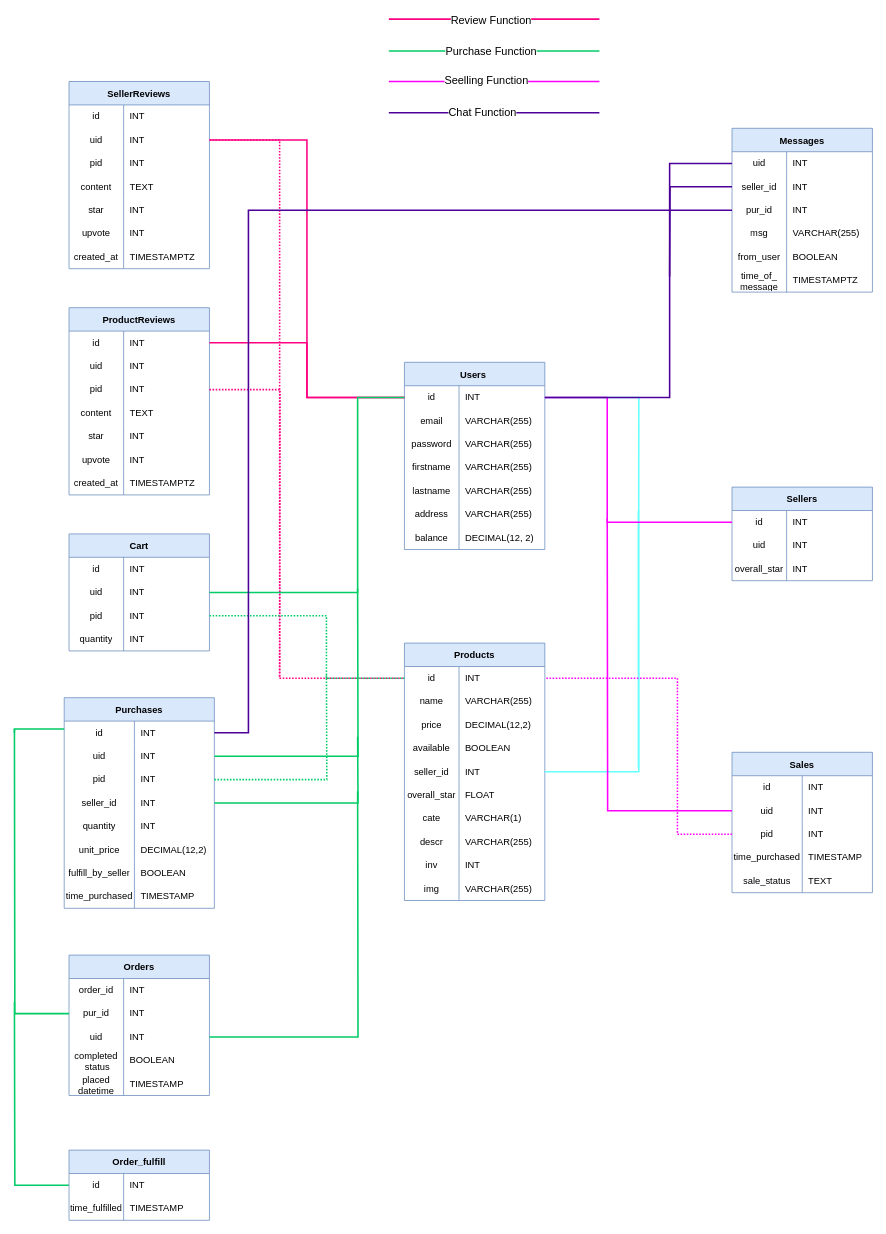
Earlier version of the draw.io diagram ERD/CS516.drawio (Kaichao-Chang/CS516-Awesome-Group). Source tidied: cells renumbered, new cells numbered last; positions are measured from the earlier drawing's top-left corner, leaving out a move shared by most shapes. Both pictures are drawn from the tidied source at 78%, with x=0, y=0 at pixel (14, 19).
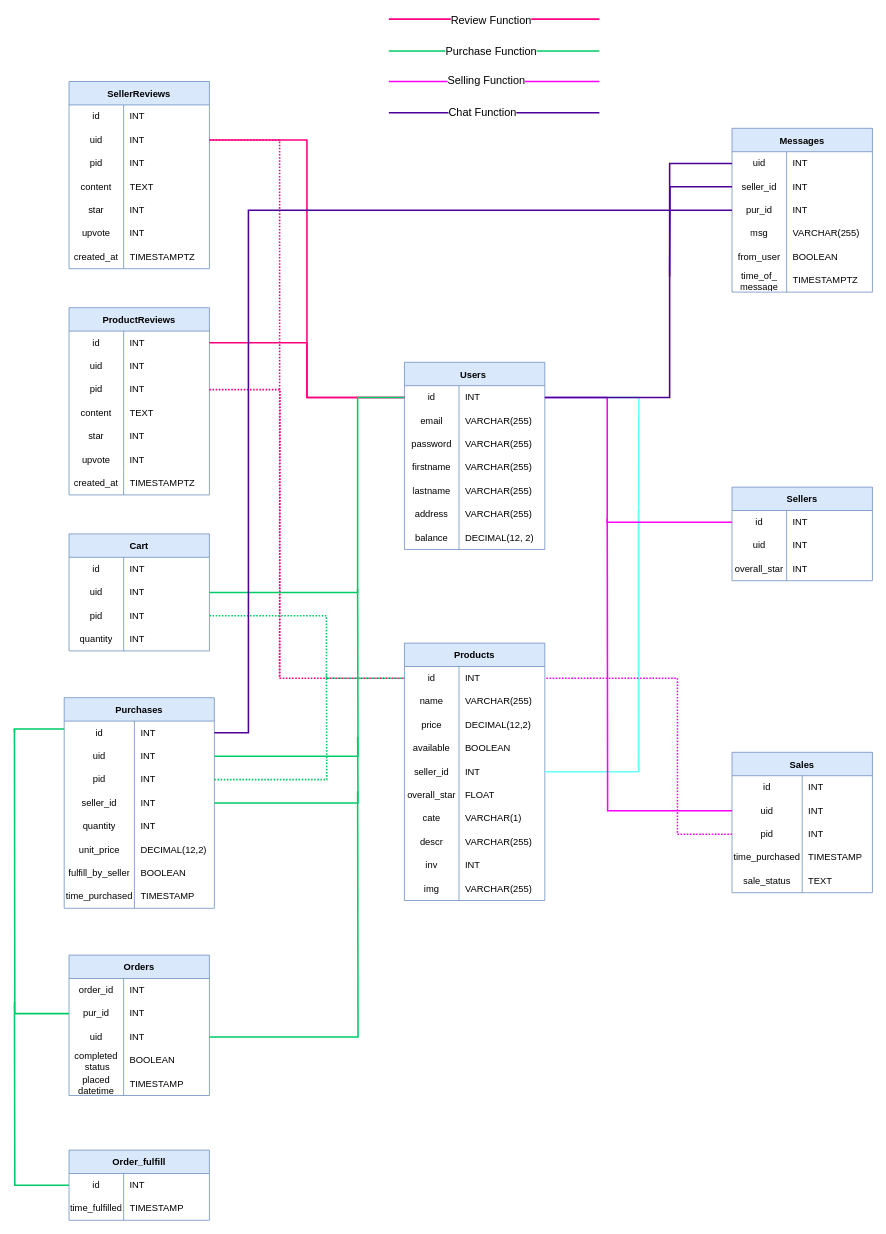
After the change.

The change refers to these unchanged cells:
```xml
<mxCell id="230" style="edgeStyle=orthogonalEdgeStyle;rounded=0;orthogonalLoop=1;jettySize=auto;html=1;entryX=1;entryY=0.5;entryDx=0;entryDy=0;endArrow=none;endFill=0;strokeColor=#FF00FF;strokeWidth=2;" parent="1" edge="1">
  <mxGeometry relative="1" as="geometry">
    <mxPoint x="750" y="80" as="sourcePoint" />
    <mxPoint x="480" y="80" as="targetPoint" />
    <Array as="points">
      <mxPoint x="570" y="80" />
    </Array>
  </mxGeometry>
</mxCell>
```

Diff of the diagram source:
```diff
@@
-    <mxCell id="231" value="Seelling Function" style="edgeLabel;html=1;align=center;verticalAlign=middle;fontSize=14;" parent="230" vertex="1">
+    <mxCell id="231" value="Selling Function" style="edgeLabel;html=1;align=center;verticalAlign=middle;fontSize=14;" parent="230" vertex="1">
       <mxGeometry x="0.08" y="-2" relative="1" as="geometry" />
     </mxCell>
```
